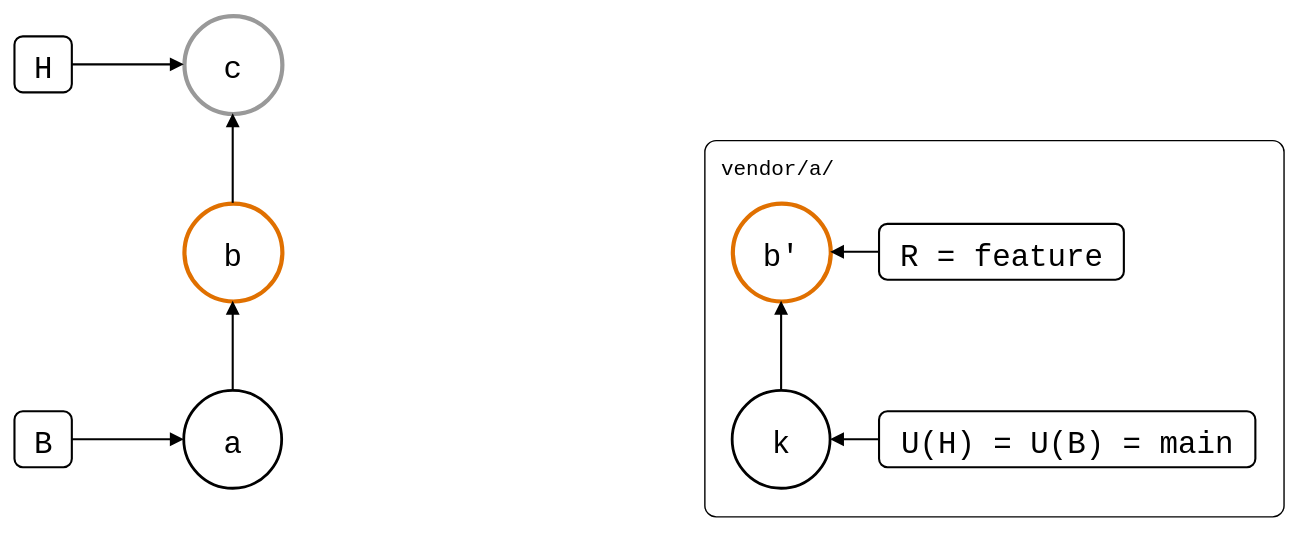
Earlier version of the draw.io export test/scenarios/03-branches-and-teamwork/01-feature-branch-unchanged/01-feature-branch-changed/01-stacked-branch/stacked-branch.drawio.svg (roschaefer/git-splice). Source tidied: cells renumbered, new cells last; positions are measured from the earlier drawing's top-left corner, leaving out a move shared by most shapes.
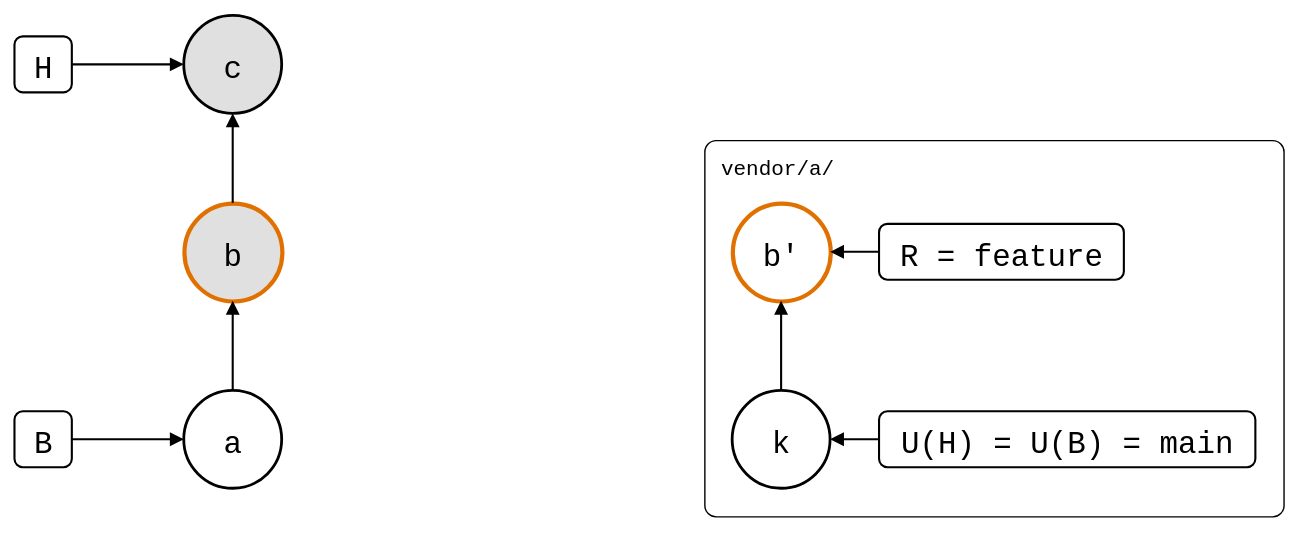
Above is the later version.

Diff of the diagram source:
```diff
@@ -8,10 +8,10 @@
     <mxCell id="3" value="a" style="ellipse;strokeWidth=2;fontSize=22;fontFamily=Roboto Mono,monospace;" parent="1" vertex="1">
       <mxGeometry x="121" y="268" width="70" height="70" as="geometry" />
     </mxCell>
-    <mxCell id="4" value="b" style="ellipse;fontSize=22;fontFamily=Roboto Mono,monospace;strokeColor=#E07000;strokeWidth=3;" parent="1" vertex="1">
+    <mxCell id="4" value="b" style="ellipse;fontSize=22;fontFamily=Roboto Mono,monospace;fillColor=#E0E0E0;strokeColor=#E07000;strokeWidth=3;" parent="1" vertex="1">
       <mxGeometry x="121" y="134" width="70" height="70" as="geometry" />
     </mxCell>
-    <mxCell id="5" value="c" style="ellipse;fontSize=22;fontFamily=Roboto Mono,monospace;strokeColor=#999999;strokeWidth=3;" parent="1" vertex="1">
+    <mxCell id="5" value="c" style="ellipse;fontSize=22;fontFamily=Roboto Mono,monospace;strokeWidth=2;fillColor=#E0E0E0;" parent="1" vertex="1">
       <mxGeometry x="121" width="70" height="70" as="geometry" />
     </mxCell>
     <mxCell id="6" value="k" style="ellipse;strokeWidth=2;fontSize=22;fontFamily=Roboto Mono,monospace;" parent="1" vertex="1">
```
